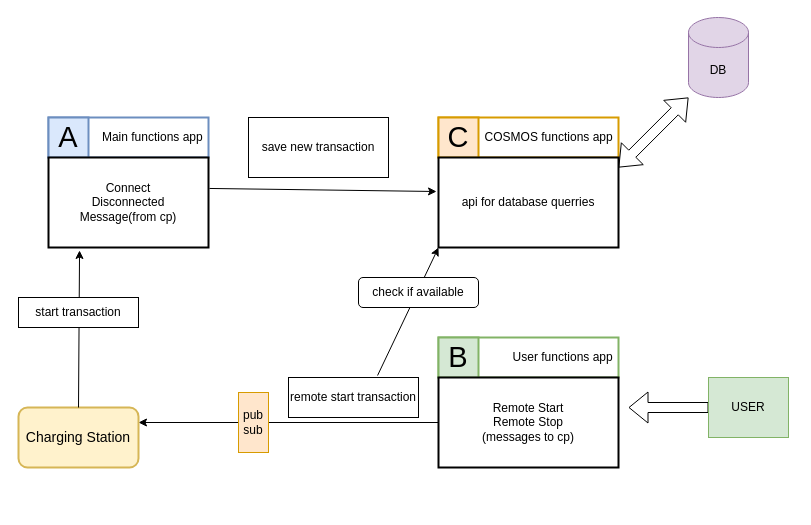
The draw.io diagram 3apps.drawio in stefanszeke/diargrams_io, before the edit. Source tidied: cells renumbered, new cells numbered last; positions are measured from the earlier drawing's top-left corner, leaving out a move shared by most shapes. Both pictures are drawn from the tidied source at 100%, with x=0, y=0 at pixel (18, 17).
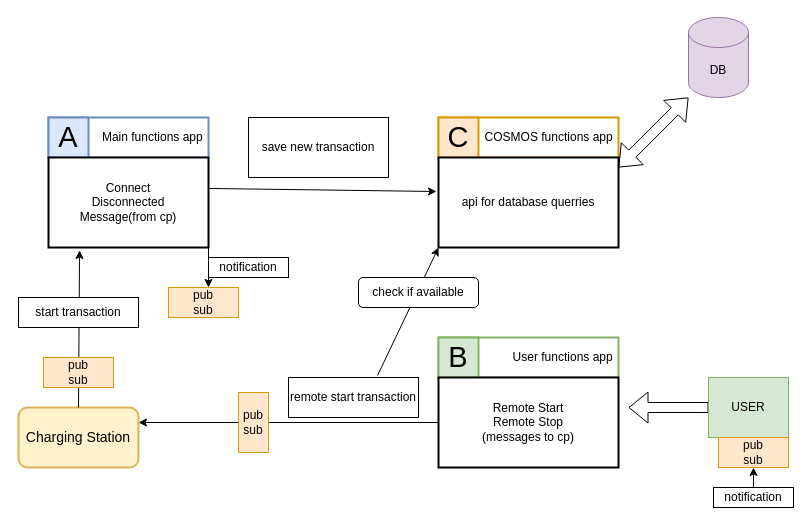
The same page after the edit.

The change refers to these unchanged cells:
```xml
<mxCell id="4" value="Connect&lt;br&gt;Disconnected&lt;br&gt;Message(from cp)" style="rounded=0;whiteSpace=wrap;html=1;strokeWidth=2;" parent="1" vertex="1">
  <mxGeometry x="30" y="140" width="160" height="90" as="geometry" />
</mxCell>
```

What changed in the source:
```diff
@@
+    <mxCell id="26" value="pub&lt;br&gt;sub" style="rounded=0;whiteSpace=wrap;html=1;fillColor=#ffe6cc;strokeColor=#d79b00;" parent="1" vertex="1">
+      <mxGeometry x="25" y="340" width="70" height="30" as="geometry" />
+    </mxCell>
+    <mxCell id="27" style="endArrow=classic;html=1;rounded=0;exitX=1;exitY=1;exitDx=0;exitDy=0;" parent="1" edge="1" source="4">
+      <mxGeometry relative="1" as="geometry">
+        <mxPoint x="190" y="270" as="targetPoint" />
+      </mxGeometry>
+    </mxCell>
+    <mxCell id="28" value="pub&lt;br&gt;sub" style="rounded=0;whiteSpace=wrap;html=1;fillColor=#ffe6cc;strokeColor=#d79b00;" parent="1" vertex="1">
+      <mxGeometry x="150" y="270" width="70" height="30" as="geometry" />
+    </mxCell>
+    <mxCell id="29" value="notification" style="rounded=0;whiteSpace=wrap;html=1;" parent="1" vertex="1">
+      <mxGeometry x="190" y="240" width="80" height="20" as="geometry" />
+    </mxCell>
+    <mxCell id="30" value="pub&lt;br&gt;sub" style="rounded=0;whiteSpace=wrap;html=1;fillColor=#ffe6cc;strokeColor=#d79b00;" parent="1" vertex="1">
+      <mxGeometry x="700" y="420" width="70" height="30" as="geometry" />
+    </mxCell>
+    <mxCell id="31" style="endArrow=classic;html=1;rounded=0;entryX=0.5;entryY=1;entryDx=0;entryDy=0;exitX=0.5;exitY=0;exitDx=0;exitDy=0;" parent="1" edge="1" source="32" target="30">
+      <mxGeometry relative="1" as="geometry" />
+    </mxCell>
+    <mxCell id="32" value="notification" style="rounded=0;whiteSpace=wrap;html=1;" parent="1" vertex="1">
+      <mxGeometry x="695" y="470" width="80" height="20" as="geometry" />
+    </mxCell>
```
